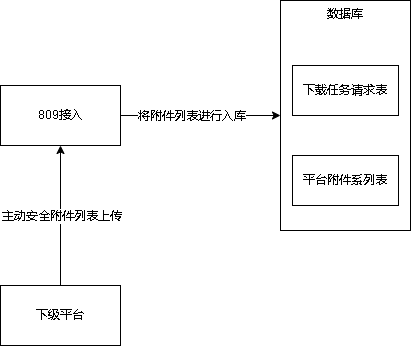
This is 809上传附件列表支持下载.drawio.png from xktder/draw, a draw.io export, as it was before one commit. Source tidied: cells renumbered, new cells last; positions are measured from the earlier drawing's top-left corner, leaving out a move shared by most shapes.
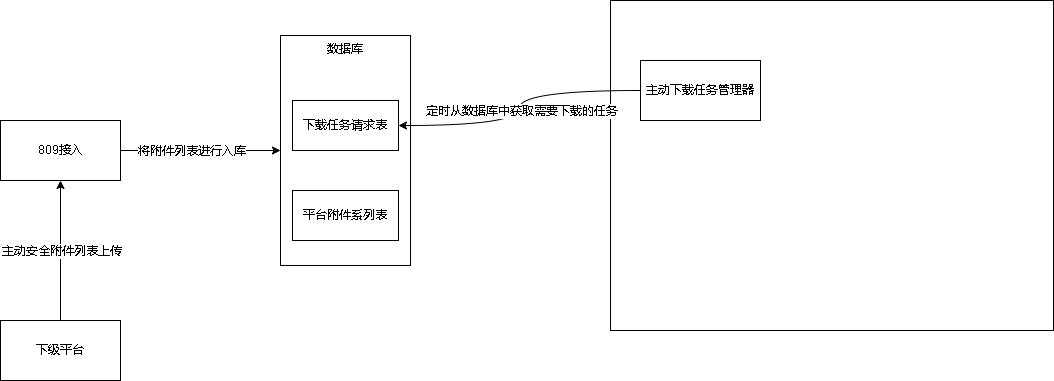
Later version of the same file.

Commit message:
更新809上传附件列表支持下载.drawio.png

Diff of the diagram source:
```diff
@@ -33,5 +33,19 @@
     <mxCell id="10" value="平台附件系列表" style="rounded=0;whiteSpace=wrap;html=1;" parent="1" vertex="1">
       <mxGeometry x="292" y="155" width="106" height="50" as="geometry" />
     </mxCell>
+    <mxCell id="11" style="rounded=0;whiteSpace=wrap;html=1;" parent="1" vertex="1">
+      <mxGeometry x="610" y="-35" width="443" height="330" as="geometry" />
+    </mxCell>
+    <mxCell id="12" style="edgeStyle=orthogonalEdgeStyle;rounded=0;jettySize=auto;html=1;entryX=1;entryY=0.5;entryDx=0;entryDy=0;curved=1;" parent="1" edge="1" source="14" target="9">
+      <mxGeometry relative="1" as="geometry" />
+    </mxCell>
+    <mxCell id="13" value="定时从数据库中获取需要下载的任务" style="edgeLabel;html=1;align=center;verticalAlign=middle;" parent="12" vertex="1">
+      <mxGeometry x="-0.29" y="6" relative="1" as="geometry">
+        <mxPoint x="-22" y="14" as="offset" />
+      </mxGeometry>
+    </mxCell>
+    <mxCell id="14" value="主动下载任务管理器" style="rounded=0;whiteSpace=wrap;html=1;" parent="1" vertex="1">
+      <mxGeometry x="640" y="25" width="120" height="60" as="geometry" />
+    </mxCell>
   </root>
 </mxGraphModel>
```
